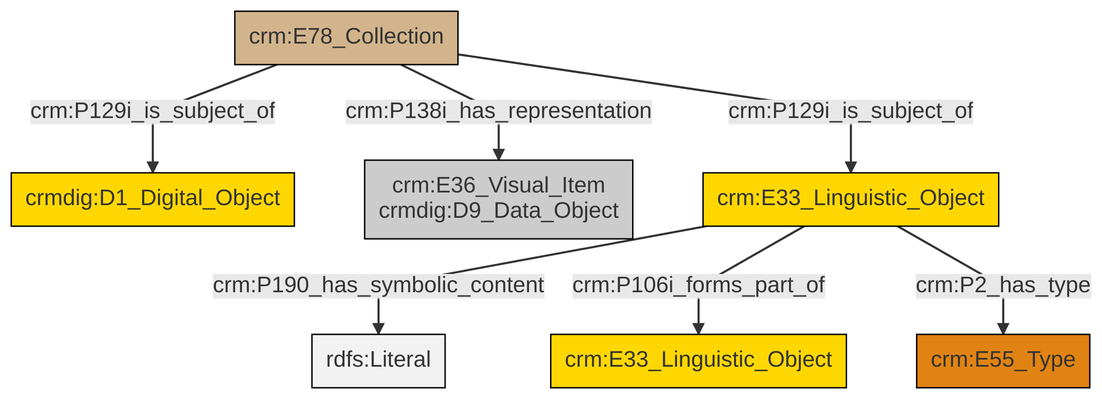
This is et/archivalCSV/ttl/mmd/png/archival_docs.png from swiss-art-research-net/docs.swissartresearch, a Mermaid export, as it was before one commit. Its source is kept beside it as et/archivalCSV/ttl/mmd/archival_docs.ttl.mmd.
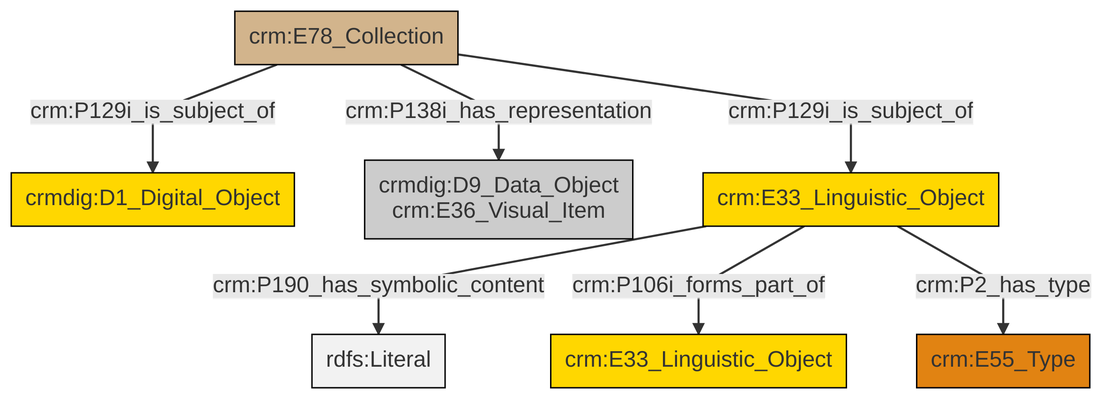
The same file after the commit.

The edit, as a diff of the source:
```diff
@@ -13,9 +13,9 @@
 classDef PC_Classes fill:#4ce600, stroke:#000000;
 classDef Multi fill:#cccccc,stroke:#000000;
 
-0["crm:E78_Collection"]:::Physical_Thing -->|crm:P129i_is_subject_of| 1["crmdig:D1_Digital_Object"]:::Conceptual_Object
-6["crm:E33_Linguistic_Object"]:::Conceptual_Object -->|crm:P190_has_symbolic_content| 7[rdfs:Literal]:::Literal
-0["crm:E78_Collection"]:::Physical_Thing -->|crm:P138i_has_representation| 2["crm:E36_Visual_Item<br>crmdig:D9_Data_Object"]:::Multi
-6["crm:E33_Linguistic_Object"]:::Conceptual_Object -->|crm:P106i_forms_part_of| 11["crm:E33_Linguistic_Object"]:::Conceptual_Object
-6["crm:E33_Linguistic_Object"]:::Conceptual_Object -->|crm:P2_has_type| 4["crm:E55_Type"]:::Type
-0["crm:E78_Collection"]:::Physical_Thing -->|crm:P129i_is_subject_of| 6["crm:E33_Linguistic_Object"]:::Conceptual_Object
+8["crm:E33_Linguistic_Object"]:::Conceptual_Object -->|crm:P190_has_symbolic_content| 9[rdfs:Literal]:::Literal
+2["crm:E78_Collection"]:::Physical_Thing -->|crm:P138i_has_representation| 4["crmdig:D9_Data_Object<br>crm:E36_Visual_Item"]:::Multi
+8["crm:E33_Linguistic_Object"]:::Conceptual_Object -->|crm:P106i_forms_part_of| 13["crm:E33_Linguistic_Object"]:::Conceptual_Object
+2["crm:E78_Collection"]:::Physical_Thing -->|crm:P129i_is_subject_of| 0["crmdig:D1_Digital_Object"]:::Conceptual_Object
+8["crm:E33_Linguistic_Object"]:::Conceptual_Object -->|crm:P2_has_type| 6["crm:E55_Type"]:::Type
+2["crm:E78_Collection"]:::Physical_Thing -->|crm:P129i_is_subject_of| 8["crm:E33_Linguistic_Object"]:::Conceptual_Object
```
